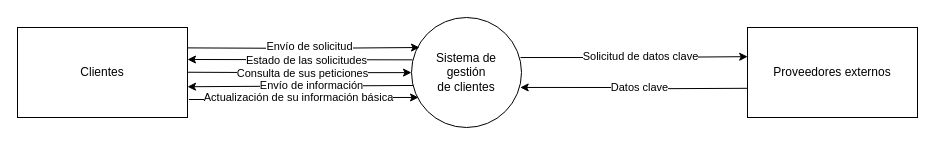
Earlier version of the draw.io diagram IngenieríaDeSoftware/Práctica 2 Actividad 2/DFDnivel0.drawio (aloantony/TrabajosEnGrupoGII-DalilaTony). Source tidied: cells renumbered, new cells numbered last; positions are measured from the earlier drawing's top-left corner, leaving out a move shared by most shapes. Both pictures are drawn from the tidied source at 100%, with x=0, y=0 at pixel (17, 17).
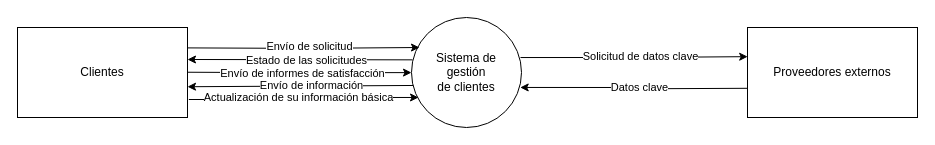
Above is the later version.

Unchanged cells that the change refers to:
```xml
<mxCell id="3" style="edgeStyle=orthogonalEdgeStyle;rounded=0;orthogonalLoop=1;jettySize=auto;html=1;entryX=-0.005;entryY=0.549;entryDx=0;entryDy=0;entryPerimeter=0;" parent="1" edge="1">
  <mxGeometry relative="1" as="geometry">
    <mxPoint x="160.6" y="54.7" as="sourcePoint" />
    <mxPoint x="394" y="55.1" as="targetPoint" />
  </mxGeometry>
</mxCell>
```

What changed in the source:
```diff
@@
-    <mxCell id="4" value="Consulta de sus peticiones" style="edgeLabel;html=1;align=center;verticalAlign=middle;" parent="3" vertex="1">
+    <mxCell id="4" value="Envío de informes de satisfacción" style="edgeLabel;html=1;align=center;verticalAlign=middle;" parent="3" vertex="1">
       <mxGeometry x="-0.26" y="-2" relative="1" as="geometry">
         <mxPoint x="37" y="-2" as="offset" />
       </mxGeometry>
     </mxCell>
```
